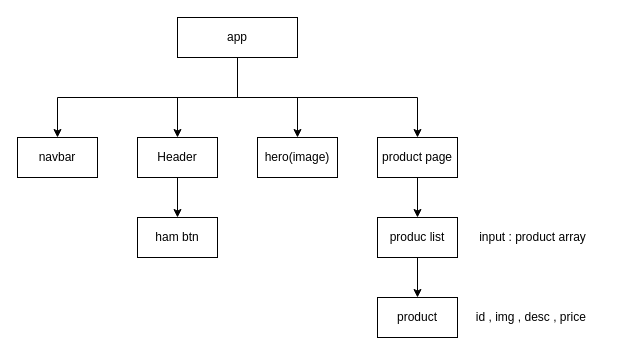
Above: src/assets/AppMapAngularShop.drawio in Avshalom-Ts/AngularShop (draw.io), before the change. Source tidied: cells renumbered, new cells numbered last; positions are measured from the earlier drawing's top-left corner, leaving out a move shared by most shapes. Both pictures are drawn from the tidied source at 100%, with x=0, y=0 at pixel (17, 17).
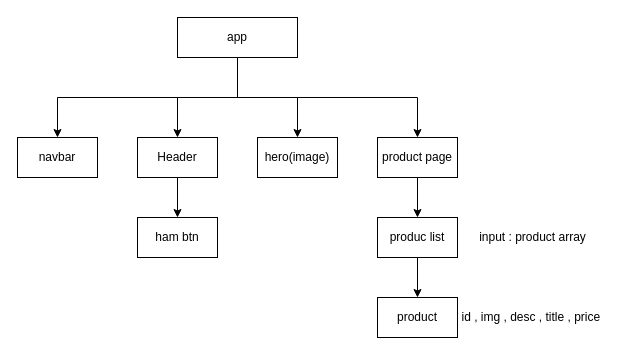
Above is the later version.

Diff of the diagram source:
```diff
@@
 <mxGraphModel>
   <root>
     <mxCell id="0" />
     <mxCell id="1" parent="0" />
     <mxCell id="2" style="edgeStyle=orthogonalEdgeStyle;rounded=0;jettySize=auto;html=1;exitX=0.5;exitY=1;exitDx=0;exitDy=0;entryX=0.5;entryY=0;entryDx=0;entryDy=0;" parent="1" edge="1" source="6" target="10">
       <mxGeometry relative="1" as="geometry" />
     </mxCell>
     <mxCell id="3" style="edgeStyle=orthogonalEdgeStyle;rounded=0;jettySize=auto;html=1;exitX=0.5;exitY=1;exitDx=0;exitDy=0;" parent="1" edge="1" source="6" target="9">
       <mxGeometry relative="1" as="geometry" />
     </mxCell>
     <mxCell id="4" style="edgeStyle=orthogonalEdgeStyle;rounded=0;jettySize=auto;html=1;exitX=0.5;exitY=1;exitDx=0;exitDy=0;" parent="1" edge="1" source="6" target="12">
       <mxGeometry relative="1" as="geometry" />
     </mxCell>
     <mxCell id="5" style="edgeStyle=orthogonalEdgeStyle;rounded=0;jettySize=auto;html=1;exitX=0.5;exitY=1;exitDx=0;exitDy=0;entryX=0.5;entryY=0;entryDx=0;entryDy=0;" parent="1" edge="1" source="6" target="8">
       <mxGeometry relative="1" as="geometry" />
     </mxCell>
     <mxCell id="6" value="app" style="rounded=0;whiteSpace=wrap;html=1;" parent="1" vertex="1">
       <mxGeometry x="160" width="120" height="40" as="geometry" />
     </mxCell>
     <mxCell id="7" style="edgeStyle=orthogonalEdgeStyle;rounded=0;jettySize=auto;html=1;exitX=0.5;exitY=1;exitDx=0;exitDy=0;entryX=0.5;entryY=0;entryDx=0;entryDy=0;" parent="1" edge="1" source="8" target="13">
       <mxGeometry relative="1" as="geometry" />
     </mxCell>
     <mxCell id="8" value="Header" style="rounded=0;whiteSpace=wrap;html=1;" parent="1" vertex="1">
       <mxGeometry x="120" y="120" width="80" height="40" as="geometry" />
     </mxCell>
     <mxCell id="9" value="navbar" style="rounded=0;whiteSpace=wrap;html=1;" parent="1" vertex="1">
       <mxGeometry y="120" width="80" height="40" as="geometry" />
     </mxCell>
     <mxCell id="10" value="hero(image)" style="rounded=0;whiteSpace=wrap;html=1;" parent="1" vertex="1">
       <mxGeometry x="240" y="120" width="80" height="40" as="geometry" />
     </mxCell>
     <mxCell id="11" style="edgeStyle=orthogonalEdgeStyle;rounded=0;jettySize=auto;html=1;exitX=0.5;exitY=1;exitDx=0;exitDy=0;" parent="1" edge="1" source="12" target="15">
       <mxGeometry relative="1" as="geometry" />
     </mxCell>
     <mxCell id="12" value="product page" style="rounded=0;whiteSpace=wrap;html=1;" parent="1" vertex="1">
       <mxGeometry x="360" y="120" width="80" height="40" as="geometry" />
     </mxCell>
     <mxCell id="13" value="ham btn" style="rounded=0;whiteSpace=wrap;html=1;" parent="1" vertex="1">
       <mxGeometry x="120" y="200" width="80" height="40" as="geometry" />
     </mxCell>
     <mxCell id="14" style="edgeStyle=orthogonalEdgeStyle;rounded=0;jettySize=auto;html=1;exitX=0.5;exitY=1;exitDx=0;exitDy=0;entryX=0.5;entryY=0;entryDx=0;entryDy=0;" parent="1" edge="1" source="15" target="16">
       <mxGeometry relative="1" as="geometry" />
     </mxCell>
     <mxCell id="15" value="produc list" style="rounded=0;whiteSpace=wrap;html=1;" parent="1" vertex="1">
       <mxGeometry x="360" y="200" width="80" height="40" as="geometry" />
     </mxCell>
     <mxCell id="16" value="product" style="rounded=0;whiteSpace=wrap;html=1;" parent="1" vertex="1">
       <mxGeometry x="360" y="280" width="80" height="40" as="geometry" />
     </mxCell>
     <mxCell id="17" value="input : product array" style="text;html=1;align=center;verticalAlign=middle;fillColor=none;strokeColor=none;rounded=0;" parent="1" vertex="1">
       <mxGeometry x="450" y="205" width="130" height="30" as="geometry" />
     </mxCell>
-    <mxCell id="18" value="id , img , desc , price&amp;nbsp;" style="text;html=1;align=center;verticalAlign=middle;fillColor=none;strokeColor=none;rounded=0;" parent="1" vertex="1">
-      <mxGeometry x="445" y="285" width="140" height="30" as="geometry" />
+    <mxCell id="18" value="id , img , desc , title , price&amp;nbsp;" style="text;html=1;align=center;verticalAlign=middle;fillColor=none;strokeColor=none;rounded=0;" parent="1" vertex="1">
+      <mxGeometry x="430" y="285" width="170" height="30" as="geometry" />
     </mxCell>
   </root>
 </mxGraphModel>
```
